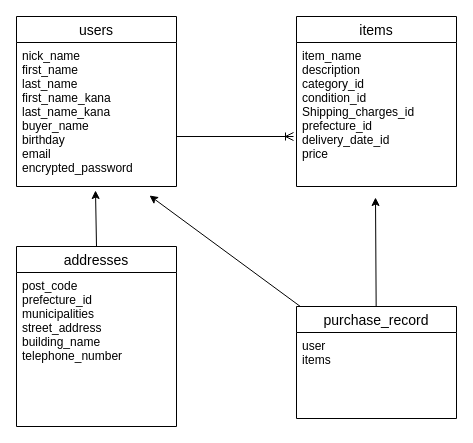
The draw.io diagram DB.dio in Matsu1209/furima-39596, before the edit. Source tidied: cells renumbered, new cells numbered last; positions are measured from the earlier drawing's top-left corner, leaving out a move shared by most shapes. Both pictures are drawn from the tidied source at 100%, with x=0, y=0 at pixel (16, 16).
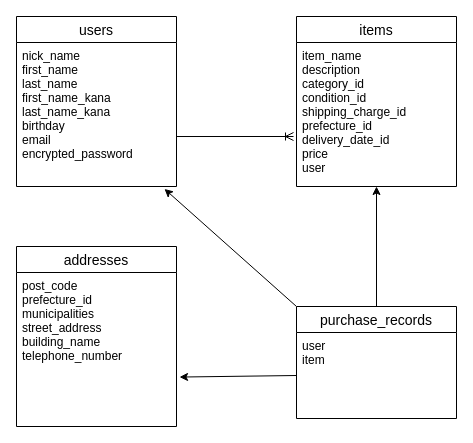
The same page after the edit.

The edit, as a diff of the source:
```diff
@@
 <mxGraphModel>
   <root>
     <mxCell id="0" />
     <mxCell id="1" parent="0" />
     <mxCell id="2" value="users" style="swimlane;fontStyle=0;horizontal=1;startSize=26;align=center;fontSize=14;" parent="1" vertex="1">
       <mxGeometry width="160" height="170" as="geometry" />
     </mxCell>
-    <mxCell id="3" value="nick_name&#10;first_name&#10;last_name&#10;first_name_kana&#10;last_name_kana&#10;buyer_name&#10;birthday&#10;email&#10;encrypted_password" style="text;strokeColor=none;fillColor=none;spacingLeft=4;spacingRight=4;overflow=hidden;points=[[0,0.5],[1,0.5]];portConstraint=eastwest;fontSize=12;" parent="2" vertex="1">
+    <mxCell id="3" value="nick_name&#10;first_name&#10;last_name&#10;first_name_kana&#10;last_name_kana&#10;birthday&#10;email&#10;encrypted_password" style="text;strokeColor=none;fillColor=none;spacingLeft=4;spacingRight=4;overflow=hidden;points=[[0,0.5],[1,0.5]];portConstraint=eastwest;fontSize=12;" parent="2" vertex="1">
       <mxGeometry y="26" width="160" height="144" as="geometry" />
     </mxCell>
     <mxCell id="4" value="items" style="swimlane;fontStyle=0;horizontal=1;startSize=26;align=center;fontSize=14;" parent="1" vertex="1">
       <mxGeometry x="280" width="160" height="170" as="geometry" />
     </mxCell>
-    <mxCell id="5" value="item_name&#10;description&#10;category_id&#10;condition_id&#10;Shipping_charges_id&#10;prefecture_id&#10;delivery_date_id&#10;price" style="text;strokeColor=none;fillColor=none;spacingLeft=4;spacingRight=4;overflow=hidden;points=[[0,0.5],[1,0.5]];portConstraint=eastwest;fontSize=12;" parent="4" vertex="1">
+    <mxCell id="5" value="item_name&#10;description&#10;category_id&#10;condition_id&#10;shipping_charge_id&#10;prefecture_id&#10;delivery_date_id&#10;price&#10;user" style="text;strokeColor=none;fillColor=none;spacingLeft=4;spacingRight=4;overflow=hidden;points=[[0,0.5],[1,0.5]];portConstraint=eastwest;fontSize=12;" parent="4" vertex="1">
       <mxGeometry y="26" width="160" height="144" as="geometry" />
     </mxCell>
-    <mxCell id="6" style="html=1;entryX=0.494;entryY=1;entryDx=0;entryDy=0;entryPerimeter=0;endArrow=classic;endFill=1;exitX=0.5;exitY=0;exitDx=0;exitDy=0;" parent="1" edge="1" source="7">
-      <mxGeometry relative="1" as="geometry">
-        <mxPoint x="79" y="174" as="targetPoint" />
-      </mxGeometry>
+    <mxCell id="6" style="html=1;entryX=1.019;entryY=0.679;entryDx=0;entryDy=0;entryPerimeter=0;endArrow=classic;endFill=1;exitX=0;exitY=0.5;exitDx=0;exitDy=0;" parent="1" edge="1" source="12" target="8">
+      <mxGeometry relative="1" as="geometry" />
     </mxCell>
     <mxCell id="7" value="addresses" style="swimlane;fontStyle=0;horizontal=1;startSize=26;align=center;fontSize=14;" parent="1" vertex="1">
       <mxGeometry y="230" width="160" height="180" as="geometry" />
     </mxCell>
     <mxCell id="8" value="post_code&#10;prefecture_id&#10;municipalities&#10;street_address&#10;building_name&#10;telephone_number" style="text;strokeColor=none;fillColor=none;spacingLeft=4;spacingRight=4;overflow=hidden;points=[[0,0.5],[1,0.5]];portConstraint=eastwest;fontSize=12;" parent="7" vertex="1">
       <mxGeometry y="26" width="160" height="154" as="geometry" />
     </mxCell>
-    <mxCell id="9" style="edgeStyle=none;html=1;entryX=0.831;entryY=1.053;entryDx=0;entryDy=0;entryPerimeter=0;endArrow=classic;endFill=1;" parent="1" edge="1" source="11">
-      <mxGeometry relative="1" as="geometry">
-        <mxPoint x="133" y="179" as="targetPoint" />
-      </mxGeometry>
+    <mxCell id="9" style="edgeStyle=none;html=1;endArrow=classic;endFill=1;entryX=0.925;entryY=1.017;entryDx=0;entryDy=0;entryPerimeter=0;exitX=0;exitY=0;exitDx=0;exitDy=0;" parent="1" edge="1" source="11" target="3">
+      <mxGeometry relative="1" as="geometry" />
     </mxCell>
-    <mxCell id="10" style="edgeStyle=none;html=1;endArrow=classic;endFill=1;entryX=0.494;entryY=1.034;entryDx=0;entryDy=0;entryPerimeter=0;" parent="1" edge="1" source="11">
-      <mxGeometry relative="1" as="geometry">
-        <mxPoint x="359" y="181" as="targetPoint" />
-      </mxGeometry>
+    <mxCell id="10" style="edgeStyle=none;html=1;endArrow=classic;endFill=1;" parent="1" edge="1" source="11" target="5">
+      <mxGeometry relative="1" as="geometry" />
     </mxCell>
-    <mxCell id="11" value="purchase_record" style="swimlane;fontStyle=0;horizontal=1;startSize=26;align=center;fontSize=14;" parent="1" vertex="1">
+    <mxCell id="11" value="purchase_records" style="swimlane;fontStyle=0;horizontal=1;startSize=26;align=center;fontSize=14;" parent="1" vertex="1">
       <mxGeometry x="280" y="290" width="160" height="112" as="geometry" />
     </mxCell>
-    <mxCell id="12" value="user&#10;items" style="text;strokeColor=none;fillColor=none;spacingLeft=4;spacingRight=4;overflow=hidden;points=[[0,0.5],[1,0.5]];portConstraint=eastwest;fontSize=12;" parent="11" vertex="1">
+    <mxCell id="12" value="user&#10;item" style="text;strokeColor=none;fillColor=none;spacingLeft=4;spacingRight=4;overflow=hidden;points=[[0,0.5],[1,0.5]];portConstraint=eastwest;fontSize=12;" parent="11" vertex="1">
       <mxGeometry y="26" width="160" height="86" as="geometry" />
     </mxCell>
     <mxCell id="13" style="edgeStyle=none;html=1;endArrow=ERoneToMany;endFill=0;exitX=1;exitY=0.653;exitDx=0;exitDy=0;exitPerimeter=0;" parent="1" edge="1" source="3">
       <mxGeometry relative="1" as="geometry">
         <mxPoint x="277" y="120" as="targetPoint" />
       </mxGeometry>
     </mxCell>
   </root>
 </mxGraphModel>
```
